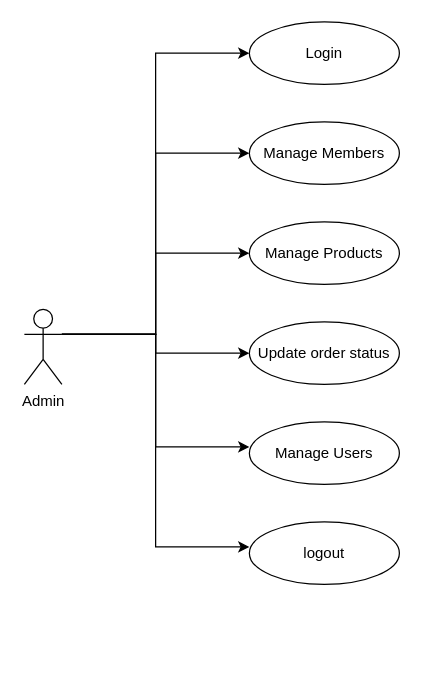
The draw.io diagram page "admin_usecases" (2 of 4) of online_cloth_shopping.drawio in sudopwr/database-course, before the edit. Source tidied: cells renumbered, new cells numbered last; positions are measured from the earlier drawing's top-left corner, leaving out a move shared by most shapes. Both pictures are drawn from the tidied source at 125%, with x=0, y=0 at pixel (24, 21).
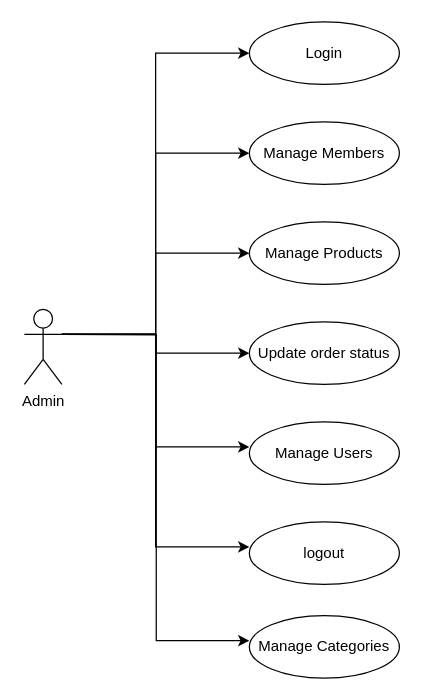
Above is the later version.

Diff of the diagram source:
```diff
@@
 <mxGraphModel>
   <root>
     <mxCell id="0" />
     <mxCell id="1" parent="0" />
     <mxCell id="2" style="edgeStyle=orthogonalEdgeStyle;rounded=0;jettySize=auto;html=1;exitX=1;exitY=0.3333333333333333;exitDx=0;exitDy=0;exitPerimeter=0;entryX=0;entryY=0.5;entryDx=0;entryDy=0;" parent="1" edge="1" source="7" target="8">
       <mxGeometry relative="1" as="geometry" />
     </mxCell>
     <mxCell id="3" style="edgeStyle=orthogonalEdgeStyle;rounded=0;jettySize=auto;html=1;exitX=1;exitY=0.3333333333333333;exitDx=0;exitDy=0;exitPerimeter=0;entryX=0;entryY=0.5;entryDx=0;entryDy=0;" parent="1" edge="1" source="7" target="9">
       <mxGeometry relative="1" as="geometry" />
     </mxCell>
     <mxCell id="4" style="edgeStyle=orthogonalEdgeStyle;rounded=0;jettySize=auto;html=1;exitX=1;exitY=0.3333333333333333;exitDx=0;exitDy=0;exitPerimeter=0;entryX=0;entryY=0.5;entryDx=0;entryDy=0;" parent="1" edge="1" source="7" target="10">
       <mxGeometry relative="1" as="geometry" />
     </mxCell>
     <mxCell id="5" style="edgeStyle=orthogonalEdgeStyle;rounded=0;jettySize=auto;html=1;exitX=1;exitY=0.3333333333333333;exitDx=0;exitDy=0;exitPerimeter=0;" parent="1" edge="1" source="7" target="11">
       <mxGeometry relative="1" as="geometry" />
     </mxCell>
     <mxCell id="6" style="edgeStyle=orthogonalEdgeStyle;rounded=0;jettySize=auto;html=1;exitX=1;exitY=0.3333333333333333;exitDx=0;exitDy=0;exitPerimeter=0;entryX=0;entryY=0.4;entryDx=0;entryDy=0;entryPerimeter=0;" parent="1" edge="1" source="7" target="12">
       <mxGeometry relative="1" as="geometry" />
     </mxCell>
     <mxCell id="7" value="Admin" style="shape=umlActor;verticalLabelPosition=bottom;verticalAlign=top;html=1;outlineConnect=0;" parent="1" vertex="1">
       <mxGeometry y="230" width="30" height="60" as="geometry" />
     </mxCell>
     <mxCell id="8" value="Login" style="ellipse;whiteSpace=wrap;html=1;" parent="1" vertex="1">
       <mxGeometry x="180" width="120" height="50" as="geometry" />
     </mxCell>
     <mxCell id="9" value="Manage Members" style="ellipse;whiteSpace=wrap;html=1;" parent="1" vertex="1">
       <mxGeometry x="180" y="80" width="120" height="50" as="geometry" />
     </mxCell>
     <mxCell id="10" value="Manage Products" style="ellipse;whiteSpace=wrap;html=1;" parent="1" vertex="1">
       <mxGeometry x="180" y="160" width="120" height="50" as="geometry" />
     </mxCell>
     <mxCell id="11" value="Update order status" style="ellipse;whiteSpace=wrap;html=1;" parent="1" vertex="1">
       <mxGeometry x="180" y="240" width="120" height="50" as="geometry" />
     </mxCell>
     <mxCell id="12" value="Manage Users" style="ellipse;whiteSpace=wrap;html=1;" parent="1" vertex="1">
       <mxGeometry x="180" y="320" width="120" height="50" as="geometry" />
     </mxCell>
     <mxCell id="13" value="logout" style="ellipse;whiteSpace=wrap;html=1;" parent="1" vertex="1">
       <mxGeometry x="180" y="400" width="120" height="50" as="geometry" />
     </mxCell>
     <mxCell id="14" style="edgeStyle=orthogonalEdgeStyle;rounded=0;jettySize=auto;html=1;exitX=1;exitY=0.3333333333333333;exitDx=0;exitDy=0;exitPerimeter=0;entryX=0;entryY=0.4;entryDx=0;entryDy=0;entryPerimeter=0;" parent="1" edge="1" source="7" target="13">
       <mxGeometry relative="1" as="geometry" />
     </mxCell>
+    <mxCell id="15" value="Manage Categories" style="ellipse;whiteSpace=wrap;html=1;" parent="1" vertex="1">
+      <mxGeometry x="180" y="475" width="120" height="50" as="geometry" />
+    </mxCell>
+    <mxCell id="16" style="edgeStyle=orthogonalEdgeStyle;rounded=0;jettySize=auto;html=1;entryX=0;entryY=0.4;entryDx=0;entryDy=0;entryPerimeter=0;" parent="1" edge="1" target="15">
+      <mxGeometry relative="1" as="geometry">
+        <mxPoint x="30" y="250" as="sourcePoint" />
+      </mxGeometry>
+    </mxCell>
   </root>
 </mxGraphModel>
```
